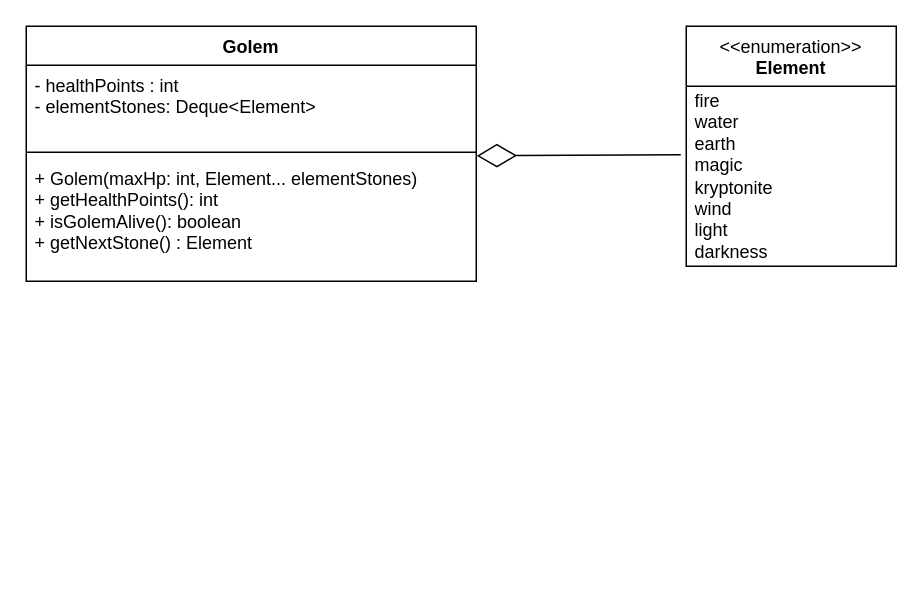
ildivan/PgAr2023_Pota_TamaGolem keeps this draw.io diagram as UML.drawio. Above is the earlier version. Source tidied: cells renumbered, new cells numbered last; positions are measured from the earlier drawing's top-left corner, leaving out a move shared by most shapes. Both pictures are drawn from the tidied source at 150%, with x=0, y=0 at pixel (26, 26).
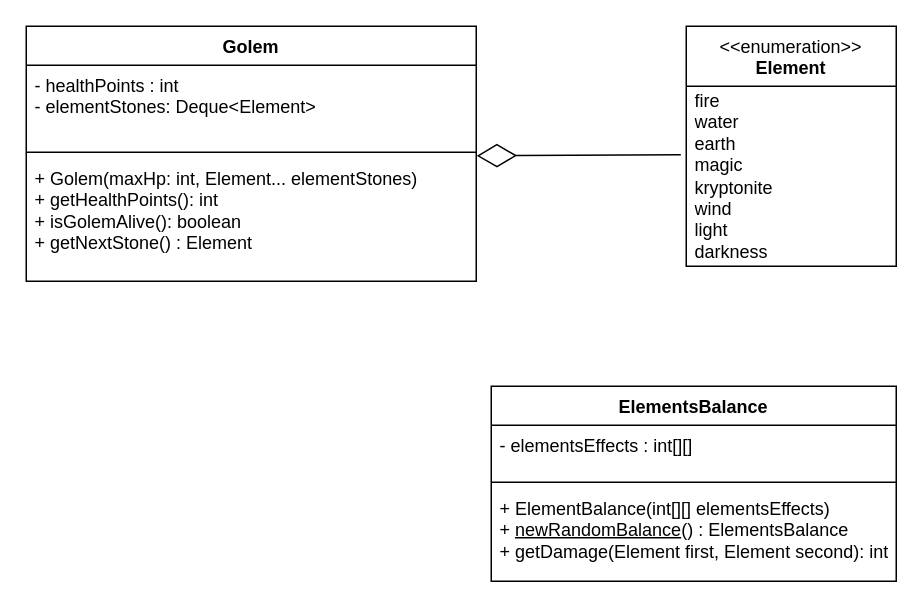
The same diagram, later.

Commit message (it also covers changes not shown here):
Added ElementsBalance class to UML

Change to the diagram source:
```diff
@@
 <mxGraphModel>
   <root>
     <mxCell id="0" />
     <mxCell id="1" parent="0" />
     <mxCell id="2" value="&amp;lt;&amp;lt;enumeration&amp;gt;&amp;gt;&lt;br&gt;&lt;b&gt;Element&lt;/b&gt;" style="swimlane;fontStyle=0;align=center;verticalAlign=top;horizontal=1;startSize=40;html=1;whiteSpace=wrap;" parent="1" vertex="1">
       <mxGeometry x="440" width="140" height="160" as="geometry" />
     </mxCell>
     <mxCell id="3" value="fire&lt;br&gt;water&lt;br&gt;earth&lt;br&gt;magic&lt;br&gt;kryptonite&lt;br&gt;wind&lt;br&gt;light&lt;br&gt;darkness" style="text;html=1;strokeColor=none;fillColor=none;align=left;verticalAlign=middle;spacingLeft=4;spacingRight=4;overflow=hidden;points=[[0,0.5],[1,0.5]];portConstraint=eastwest;whiteSpace=wrap;" parent="2" vertex="1">
       <mxGeometry y="40" width="140" height="120" as="geometry" />
     </mxCell>
     <mxCell id="4" value="Golem&lt;br&gt;" style="swimlane;fontStyle=1;align=center;verticalAlign=top;horizontal=1;startSize=26;whiteSpace=wrap;html=1;" parent="1" vertex="1">
       <mxGeometry width="300" height="170" as="geometry" />
     </mxCell>
     <mxCell id="5" value="- healthPoints : int&lt;br&gt;- elementStones: Deque&amp;lt;Element&amp;gt;" style="text;strokeColor=none;fillColor=none;align=left;verticalAlign=top;spacingLeft=4;spacingRight=4;overflow=hidden;whiteSpace=wrap;html=1;" parent="4" vertex="1">
       <mxGeometry y="26" width="300" height="54" as="geometry" />
     </mxCell>
     <mxCell id="6" style="line;strokeWidth=1;fillColor=none;align=left;verticalAlign=middle;spacingTop=-1;spacingLeft=3;spacingRight=3;labelPosition=right;strokeColor=inherit;" parent="4" vertex="1">
       <mxGeometry y="80" width="300" height="8" as="geometry" />
     </mxCell>
     <mxCell id="7" value="+ Golem(maxHp: int, Element... elementStones)&amp;nbsp;&lt;br&gt;+ getHealthPoints(): int&lt;br&gt;+ isGolemAlive(): boolean&lt;br&gt;+ getNextStone() : Element" style="text;strokeColor=none;fillColor=none;align=left;verticalAlign=top;spacingLeft=4;spacingRight=4;overflow=hidden;points=[[0,0.5],[1,0.5]];portConstraint=eastwest;whiteSpace=wrap;html=1;" parent="4" vertex="1">
       <mxGeometry y="88" width="300" height="82" as="geometry" />
     </mxCell>
     <mxCell id="8" style="endArrow=diamondThin;endFill=0;endSize=24;html=1;rounded=0;entryX=1.001;entryY=-0.02;entryDx=0;entryDy=0;entryPerimeter=0;exitX=-0.026;exitY=0.38;exitDx=0;exitDy=0;exitPerimeter=0;" parent="1" edge="1" source="3" target="7">
       <mxGeometry relative="1" as="geometry" />
     </mxCell>
+    <mxCell id="9" value="ElementsBalance" style="swimlane;fontStyle=1;align=center;verticalAlign=top;horizontal=1;startSize=26;whiteSpace=wrap;html=1;" parent="1" vertex="1">
+      <mxGeometry x="310" y="240" width="270" height="130" as="geometry" />
+    </mxCell>
+    <mxCell id="10" value="- elementsEffects : int[][]&amp;nbsp;" style="text;strokeColor=none;fillColor=none;align=left;verticalAlign=top;spacingLeft=4;spacingRight=4;overflow=hidden;whiteSpace=wrap;html=1;" parent="9" vertex="1">
+      <mxGeometry y="26" width="270" height="34" as="geometry" />
+    </mxCell>
+    <mxCell id="11" style="line;strokeWidth=1;fillColor=none;align=left;verticalAlign=middle;spacingTop=-1;spacingLeft=3;spacingRight=3;labelPosition=right;strokeColor=inherit;" parent="9" vertex="1">
+      <mxGeometry y="60" width="270" height="8" as="geometry" />
+    </mxCell>
+    <mxCell id="12" value="+ ElementBalance(int[][] elementsEffects)&lt;br&gt;+ &lt;u&gt;newRandomBalance&lt;/u&gt;() : ElementsBalance&lt;br&gt;+ getDamage(Element first, Element second): int" style="text;strokeColor=none;fillColor=none;align=left;verticalAlign=top;spacingLeft=4;spacingRight=4;overflow=hidden;whiteSpace=wrap;html=1;" parent="9" vertex="1">
+      <mxGeometry y="68" width="270" height="62" as="geometry" />
+    </mxCell>
   </root>
 </mxGraphModel>
```
